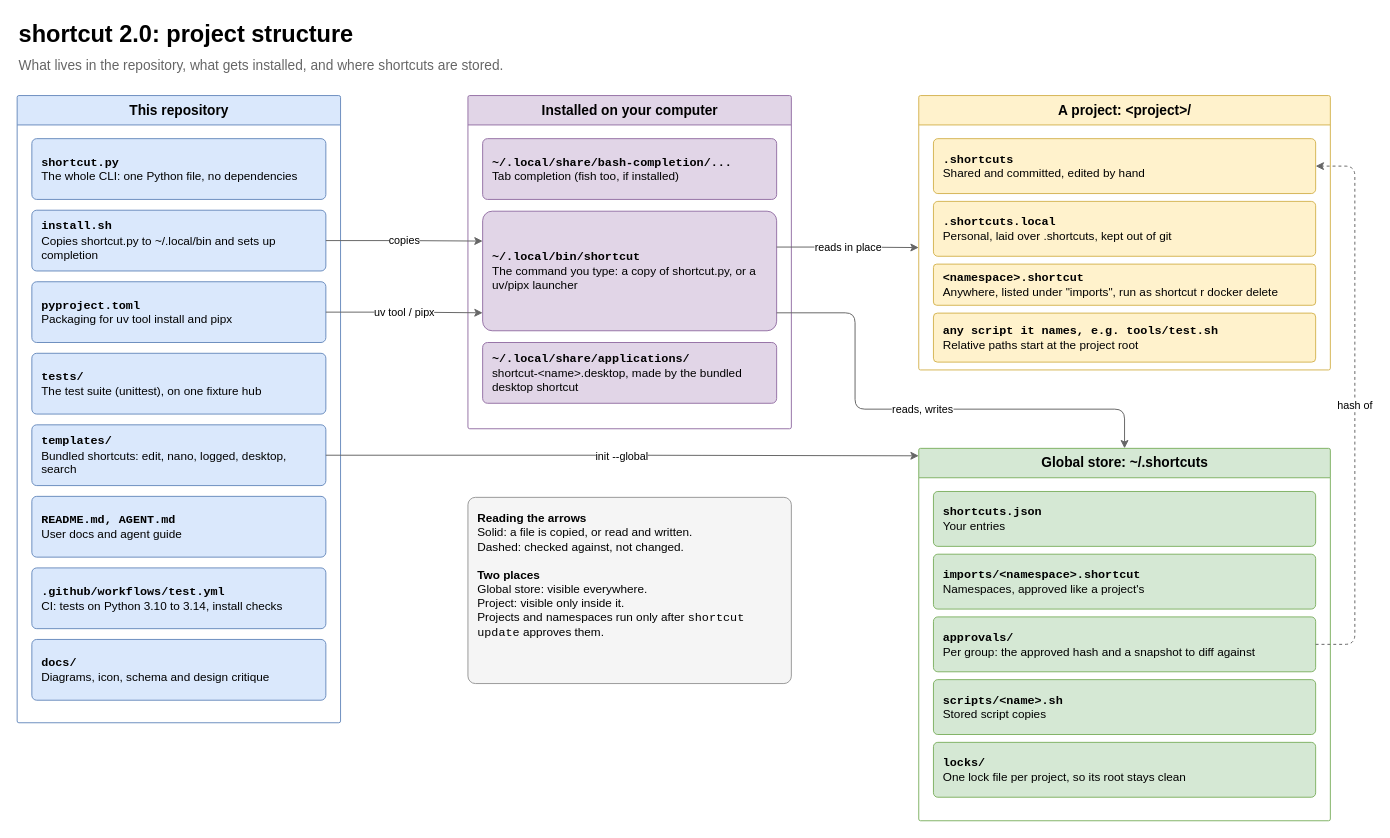
Above: page "1 Structure" (1 of 5) of docs/shortcut-overview.drawio in StanLukuvka/Shortcut (draw.io), before the change. Source tidied: cells renumbered, new cells numbered last; positions are measured from the earlier drawing's top-left corner, leaving out a move shared by most shapes. Both pictures are drawn from the tidied source at 98%, with x=0, y=0 at pixel (17, 17).
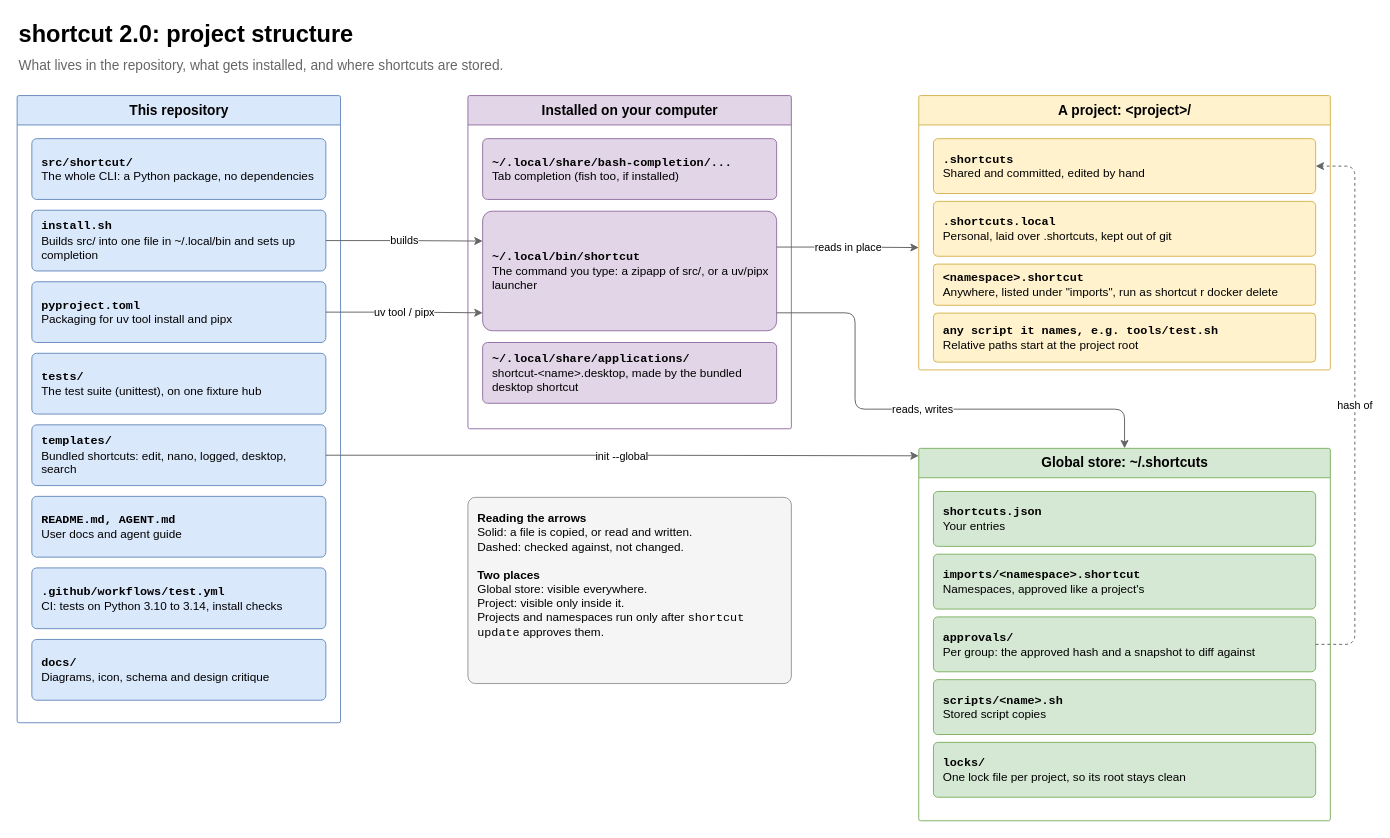
The same page after the edit.

Commit message (it also covers changes not shown here):
Point the README and diagrams at src/shortcut/

The change refers to these unchanged cells:
```xml
<mxCell id="4" value="&lt;b&gt;This repository&lt;/b&gt;" style="swimlane;startSize=30;html=1;rounded=1;arcSize=2;fontSize=14;fillColor=#dae8fc;strokeColor=#6c8ebf;swimlaneFillColor=none;" parent="1" vertex="1">
  <mxGeometry y="80" width="330" height="640" as="geometry" />
</mxCell>
<mxCell id="13" value="&lt;b&gt;Installed on your computer&lt;/b&gt;" style="swimlane;startSize=30;html=1;rounded=1;arcSize=2;fontSize=14;fillColor=#e1d5e7;strokeColor=#9673a6;swimlaneFillColor=none;" parent="1" vertex="1">
  <mxGeometry x="460" y="80" width="330" height="340" as="geometry" />
</mxCell>
```

Diff of the diagram source:
```diff
@@
-    <mxCell id="5" value="&lt;b&gt;&lt;font face=&quot;monospace&quot;&gt;shortcut.py&lt;/font&gt;&lt;/b&gt;&lt;br&gt;The whole CLI: one Python file, no dependencies" style="rounded=1;whiteSpace=wrap;html=1;arcSize=8;fillColor=#dae8fc;strokeColor=#6c8ebf;fontSize=12;align=left;spacingLeft=8;spacingRight=6;" parent="4" vertex="1">
+    <mxCell id="5" value="&lt;b&gt;&lt;font face=&quot;monospace&quot;&gt;src/shortcut/&lt;/font&gt;&lt;/b&gt;&lt;br&gt;The whole CLI: a Python package, no dependencies" style="rounded=1;whiteSpace=wrap;html=1;arcSize=8;fillColor=#dae8fc;strokeColor=#6c8ebf;fontSize=12;align=left;spacingLeft=8;spacingRight=6;" parent="4" vertex="1">
       <mxGeometry x="15" y="44" width="300" height="62" as="geometry" />
     </mxCell>
-    <mxCell id="6" value="&lt;b&gt;&lt;font face=&quot;monospace&quot;&gt;install.sh&lt;/font&gt;&lt;/b&gt;&lt;br&gt;Copies shortcut.py to ~/.local/bin and sets up completion" style="rounded=1;whiteSpace=wrap;html=1;arcSize=8;fillColor=#dae8fc;strokeColor=#6c8ebf;fontSize=12;align=left;spacingLeft=8;spacingRight=6;" parent="4" vertex="1">
+    <mxCell id="6" value="&lt;b&gt;&lt;font face=&quot;monospace&quot;&gt;install.sh&lt;/font&gt;&lt;/b&gt;&lt;br&gt;Builds src/ into one file in ~/.local/bin and sets up completion" style="rounded=1;whiteSpace=wrap;html=1;arcSize=8;fillColor=#dae8fc;strokeColor=#6c8ebf;fontSize=12;align=left;spacingLeft=8;spacingRight=6;" parent="4" vertex="1">
       <mxGeometry x="15" y="117" width="300" height="62" as="geometry" />
     </mxCell>
@@
-    <mxCell id="15" value="&lt;b&gt;&lt;font face=&quot;monospace&quot;&gt;~/.local/bin/shortcut&lt;/font&gt;&lt;/b&gt;&lt;br&gt;The command you type: a copy of shortcut.py, or a uv/pipx launcher" style="rounded=1;whiteSpace=wrap;html=1;arcSize=8;fillColor=#e1d5e7;strokeColor=#9673a6;fontSize=12;align=left;spacingLeft=8;spacingRight=6;" parent="13" vertex="1">
+    <mxCell id="15" value="&lt;b&gt;&lt;font face=&quot;monospace&quot;&gt;~/.local/bin/shortcut&lt;/font&gt;&lt;/b&gt;&lt;br&gt;The command you type: a zipapp of src/, or a uv/pipx launcher" style="rounded=1;whiteSpace=wrap;html=1;arcSize=8;fillColor=#e1d5e7;strokeColor=#9673a6;fontSize=12;align=left;spacingLeft=8;spacingRight=6;" parent="13" vertex="1">
       <mxGeometry x="15" y="118" width="300" height="122" as="geometry" />
     </mxCell>
@@
-    <mxCell id="29" value="copies" style="edgeStyle=orthogonalEdgeStyle;rounded=1;html=1;defaultLabelBackgroundColor=page;fontSize=11;endArrow=classic;strokeColor=#666666;exitX=1;exitY=0.5;exitDx=0;exitDy=0;entryX=0;entryY=0.25;entryDx=0;entryDy=0;" parent="1" edge="1" source="6" target="15">
+    <mxCell id="29" value="builds" style="edgeStyle=orthogonalEdgeStyle;rounded=1;html=1;defaultLabelBackgroundColor=page;fontSize=11;endArrow=classic;strokeColor=#666666;exitX=1;exitY=0.5;exitDx=0;exitDy=0;entryX=0;entryY=0.25;entryDx=0;entryDy=0;" parent="1" edge="1" source="6" target="15">
       <mxGeometry relative="1" as="geometry" />
     </mxCell>
```
